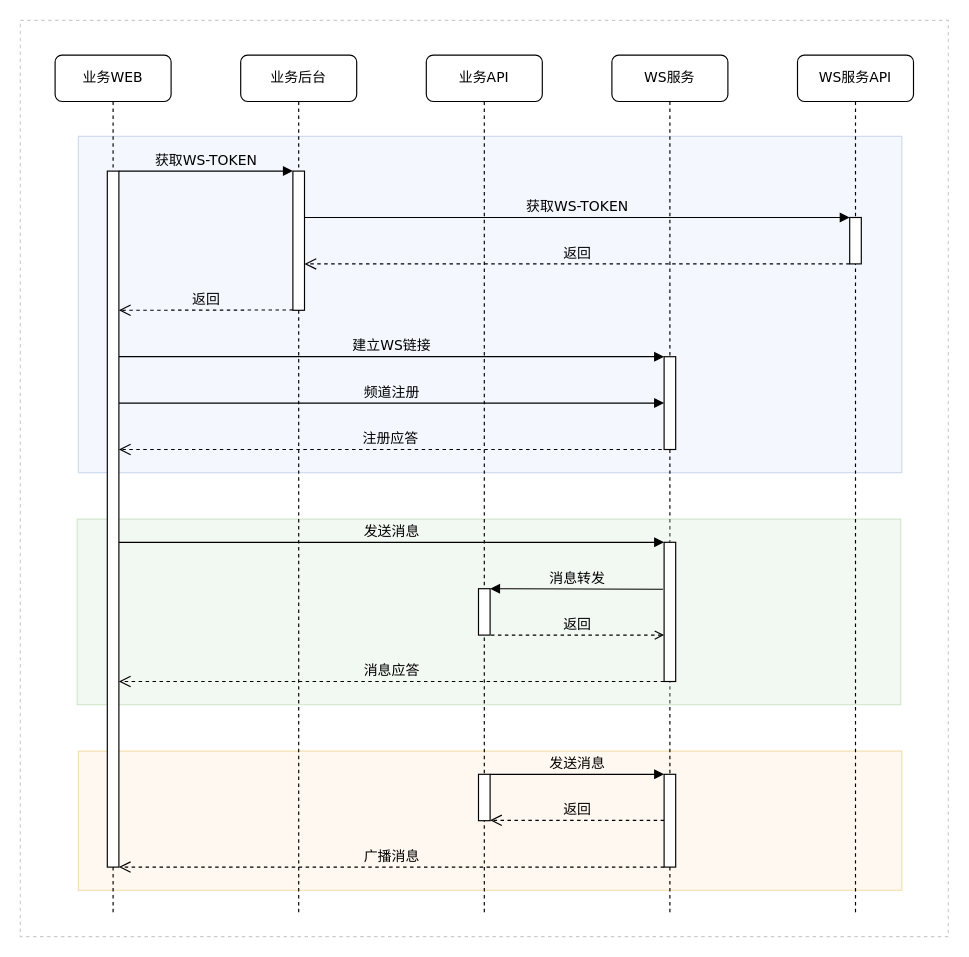
huanjiesm/courseware-draw keeps this draw.io diagram as 课件工具化使用流程.drawio. Above is the earlier version. Source tidied: cells renumbered, new cells numbered last; positions are measured from the earlier drawing's top-left corner, leaving out a move shared by most shapes. Both pictures are drawn from the tidied source at 116%, with x=0, y=0 at pixel (20, 20).
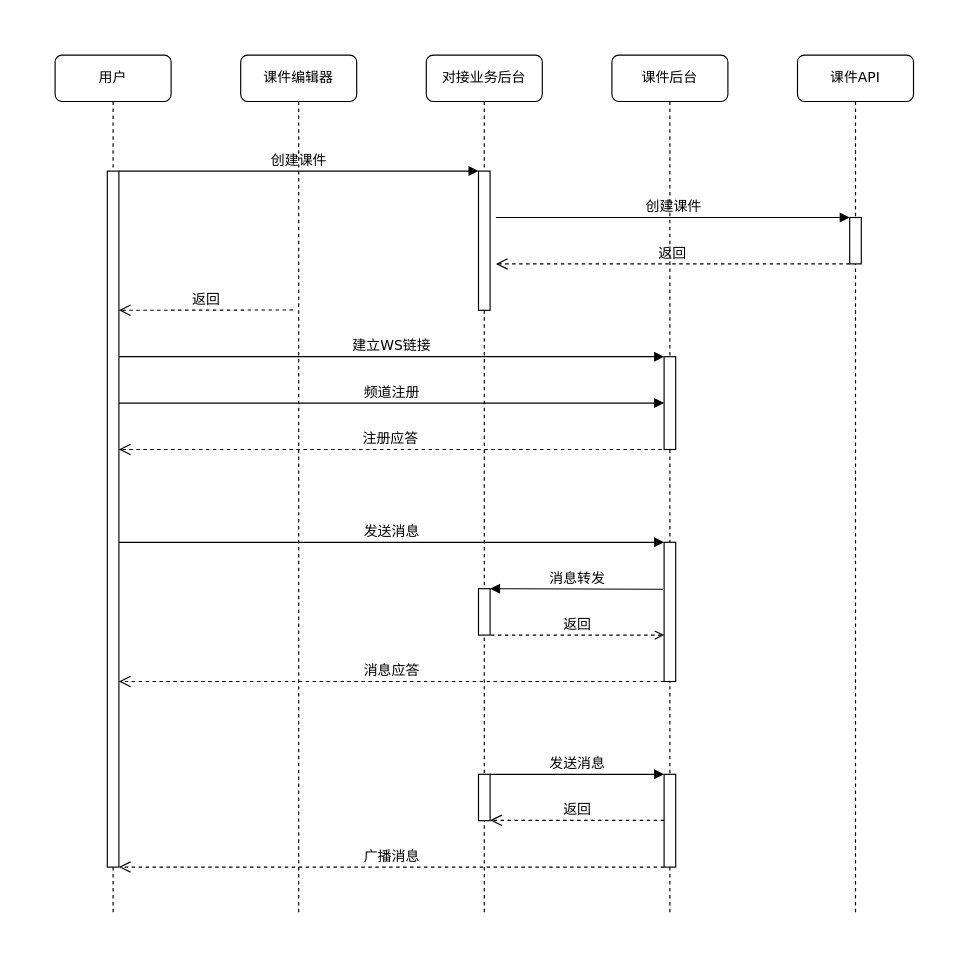
The same page after the edit.

Commit message (it also covers changes not shown here):
更新课件工具化使用流程.drawio

The change refers to these unchanged cells:
```xml
<mxCell id="24" style="html=1;points=[];perimeter=orthogonalPerimeter;rounded=0;shadow=0;comic=0;labelBackgroundColor=none;strokeWidth=1;fontFamily=Verdana;fontSize=12;align=center;" parent="23" vertex="1">
  <mxGeometry x="45" y="100" width="10" height="600" as="geometry" />
</mxCell>
```

Change to the diagram source:
```diff
@@
-    <mxCell id="2" style="rounded=0;whiteSpace=wrap;html=1;opacity=20;dashed=1;" parent="1" vertex="1">
-      <mxGeometry width="800" height="790" as="geometry" />
-    </mxCell>
-    <mxCell id="3" style="rounded=0;whiteSpace=wrap;html=1;fillColor=#dae8fc;strokeColor=#6c8ebf;opacity=30;" parent="1" vertex="1">
-      <mxGeometry x="50" y="100" width="710" height="290" as="geometry" />
-    </mxCell>
-    <mxCell id="4" style="rounded=0;whiteSpace=wrap;html=1;fillColor=#ffe6cc;strokeColor=#d79b00;opacity=30;" parent="1" vertex="1">
-      <mxGeometry x="50" y="630" width="710" height="120" as="geometry" />
-    </mxCell>
-    <mxCell id="5" value="WS服务" style="shape=umlLifeline;perimeter=lifelinePerimeter;whiteSpace=wrap;html=1;rounded=1;shadow=0;comic=0;labelBackgroundColor=none;strokeWidth=1;fontFamily=Verdana;fontSize=12;align=center;" parent="1" vertex="1">
+    <mxCell id="5" value="课件后台" style="shape=umlLifeline;perimeter=lifelinePerimeter;whiteSpace=wrap;html=1;rounded=1;shadow=0;comic=0;labelBackgroundColor=none;strokeWidth=1;fontFamily=Verdana;fontSize=12;align=center;" parent="1" vertex="1">
       <mxGeometry x="510" y="30" width="100" height="740" as="geometry" />
     </mxCell>
@@
-    <mxCell id="9" style="rounded=0;whiteSpace=wrap;html=1;fillColor=#d5e8d4;strokeColor=#82b366;opacity=30;" parent="1" vertex="1">
-      <mxGeometry x="49" y="430" width="710" height="160" as="geometry" />
-    </mxCell>
-    <mxCell id="10" value="业务后台" style="shape=umlLifeline;perimeter=lifelinePerimeter;whiteSpace=wrap;html=1;rounded=1;shadow=0;comic=0;labelBackgroundColor=none;strokeWidth=1;fontFamily=Verdana;fontSize=12;align=center;" parent="1" vertex="1">
+    <mxCell id="10" value="课件编辑器" style="shape=umlLifeline;perimeter=lifelinePerimeter;whiteSpace=wrap;html=1;rounded=1;shadow=0;comic=0;labelBackgroundColor=none;strokeWidth=1;fontFamily=Verdana;fontSize=12;align=center;" parent="1" vertex="1">
       <mxGeometry x="190" y="30" width="100" height="740" as="geometry" />
     </mxCell>
-    <mxCell id="11" style="html=1;points=[];perimeter=orthogonalPerimeter;rounded=0;shadow=0;comic=0;labelBackgroundColor=none;strokeWidth=1;fontFamily=Verdana;fontSize=12;align=center;" parent="10" vertex="1">
-      <mxGeometry x="45" y="100" width="10" height="120" as="geometry" />
-    </mxCell>
@@
-    <mxCell id="14" value="业务API" style="shape=umlLifeline;perimeter=lifelinePerimeter;whiteSpace=wrap;html=1;rounded=1;shadow=0;comic=0;labelBackgroundColor=none;strokeWidth=1;fontFamily=Verdana;fontSize=12;align=center;" parent="1" vertex="1">
+    <mxCell id="14" value="对接业务后台" style="shape=umlLifeline;perimeter=lifelinePerimeter;whiteSpace=wrap;html=1;rounded=1;shadow=0;comic=0;labelBackgroundColor=none;strokeWidth=1;fontFamily=Verdana;fontSize=12;align=center;" parent="1" vertex="1">
       <mxGeometry x="350" y="30" width="100" height="740" as="geometry" />
     </mxCell>
@@
+    <mxCell id="11" style="html=1;points=[];perimeter=orthogonalPerimeter;rounded=0;shadow=0;comic=0;labelBackgroundColor=none;strokeWidth=1;fontFamily=Verdana;fontSize=12;align=center;" parent="14" vertex="1">
+      <mxGeometry x="45" y="100" width="10" height="120" as="geometry" />
+    </mxCell>
-    <mxCell id="23" value="业务WEB" style="shape=umlLifeline;perimeter=lifelinePerimeter;whiteSpace=wrap;html=1;rounded=1;shadow=0;comic=0;labelBackgroundColor=none;strokeWidth=1;fontFamily=Verdana;fontSize=12;align=center;" parent="1" vertex="1">
+    <mxCell id="23" value="用户" style="shape=umlLifeline;perimeter=lifelinePerimeter;whiteSpace=wrap;html=1;rounded=1;shadow=0;comic=0;labelBackgroundColor=none;strokeWidth=1;fontFamily=Verdana;fontSize=12;align=center;" parent="1" vertex="1">
       <mxGeometry x="30" y="30" width="100" height="740" as="geometry" />
     </mxCell>
@@
-    <mxCell id="25" value="WS服务API" style="shape=umlLifeline;perimeter=lifelinePerimeter;whiteSpace=wrap;html=1;rounded=1;shadow=0;comic=0;labelBackgroundColor=none;strokeWidth=1;fontFamily=Verdana;fontSize=12;align=center;" parent="1" vertex="1">
+    <mxCell id="25" value="课件API" style="shape=umlLifeline;perimeter=lifelinePerimeter;whiteSpace=wrap;html=1;rounded=1;shadow=0;comic=0;labelBackgroundColor=none;strokeWidth=1;fontFamily=Verdana;fontSize=12;align=center;" parent="1" vertex="1">
       <mxGeometry x="670" y="30" width="100" height="740" as="geometry" />
     </mxCell>
@@
-    <mxCell id="27" value="获取WS-TOKEN" style="html=1;verticalAlign=bottom;endArrow=block;entryX=0;entryY=0;labelBackgroundColor=none;fontFamily=Verdana;fontSize=12;edgeStyle=elbowEdgeStyle;elbow=vertical;" parent="1" edge="1" source="24" target="11">
+    <mxCell id="27" value="创建课件" style="html=1;verticalAlign=bottom;endArrow=block;entryX=0;entryY=0;labelBackgroundColor=none;fontFamily=Verdana;fontSize=12;edgeStyle=elbowEdgeStyle;elbow=vertical;" parent="1" edge="1" source="24" target="11">
       <mxGeometry relative="1" as="geometry" />
     </mxCell>
@@
-    <mxCell id="29" value="获取WS-TOKEN" style="html=1;verticalAlign=bottom;endArrow=block;labelBackgroundColor=none;fontFamily=Verdana;fontSize=12;edgeStyle=elbowEdgeStyle;elbow=vertical;" parent="1" edge="1">
+    <mxCell id="29" value="创建课件" style="html=1;verticalAlign=bottom;endArrow=block;labelBackgroundColor=none;fontFamily=Verdana;fontSize=12;edgeStyle=elbowEdgeStyle;elbow=vertical;" parent="1" edge="1">
       <mxGeometry relative="1" as="geometry">
-        <mxPoint x="245" y="170" as="sourcePoint" />
+        <mxPoint x="410" y="170" as="sourcePoint" />
         <mxPoint x="715" y="170" as="targetPoint" />
       </mxGeometry>
     </mxCell>
     <mxCell id="30" value="返回" style="html=1;verticalAlign=bottom;endArrow=open;dashed=1;endSize=8;labelBackgroundColor=none;fontFamily=Verdana;fontSize=12;edgeStyle=elbowEdgeStyle;elbow=vertical;" parent="1" edge="1">
       <mxGeometry relative="1" as="geometry">
         <mxPoint x="715" y="210" as="sourcePoint" />
-        <mxPoint x="245" y="210" as="targetPoint" />
+        <mxPoint x="410" y="210" as="targetPoint" />
       </mxGeometry>
     </mxCell>
```
